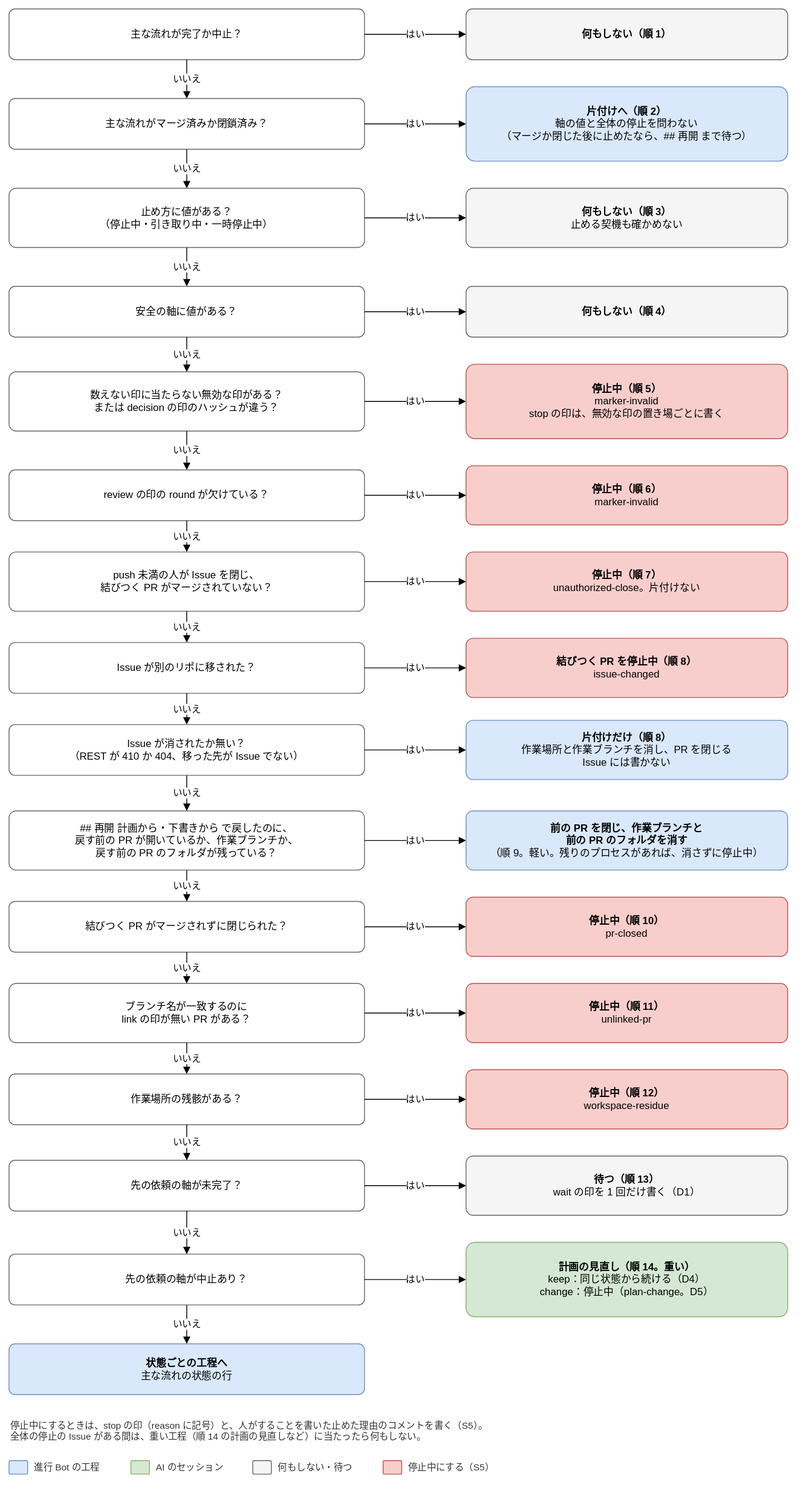
Joymerrevent/dev-autopilot keeps this draw.io diagram as docs/design/basic/diagrams/02-next-step-stops.drawio.svg. Above is the earlier version. Source tidied: cells renumbered, new cells last; positions are measured from the earlier drawing's top-left corner, leaving out a move shared by most shapes.
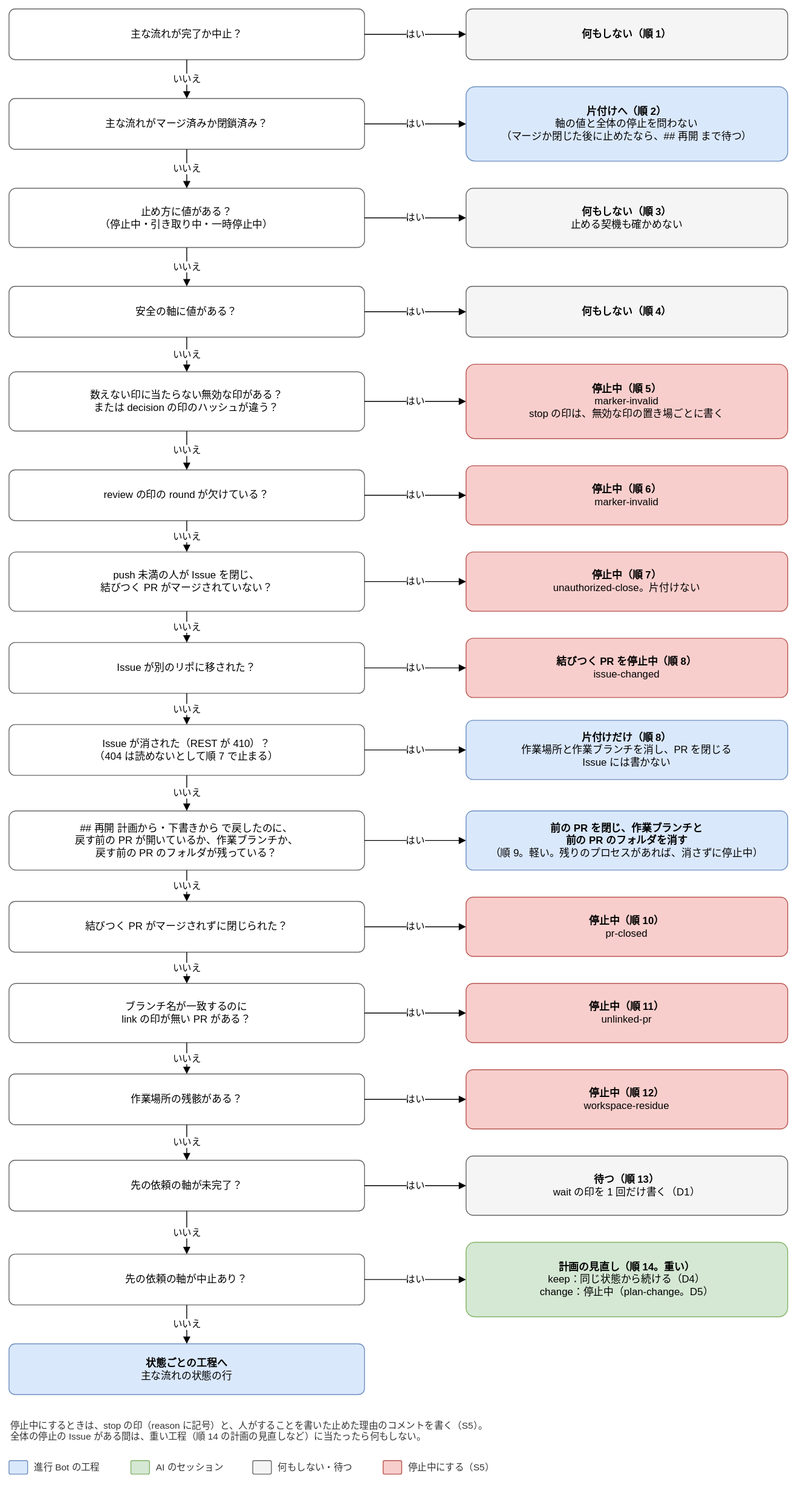
After the commit.

Commit message:
docs(design): 基本設計の図で、片付けの問いを「消された（410）？」に直す

6 回目の直しへの追加（R2-21 の扱いを止める側に倒す）。

- 02-next-step-stops の q7b を「Issue が消された（REST が 410）？（404 は読めないとして順 7 で
  止まる）」にする
- 02-workspace-residue の q1b を「名前の番号の Issue が、消された（REST が 410）？（FACT-134。
  404 は読めないとして扱う）」にする

Claude-Session: https://claude.ai/code/session_01LvmXQN14Y95msvojZ6hWNP

The edit, as a diff of the source:
```diff
@@ -200,7 +200,7 @@
     <mxCell id="67" value="停止中にする（S5）" style="text;html=1;align=left;verticalAlign=middle;fontSize=11;fontColor=#333333;" parent="1" vertex="1">
       <mxGeometry x="470" y="1714" width="120" height="20" as="geometry" />
     </mxCell>
-    <mxCell id="68" value="Issue が消されたか無い？&lt;br&gt;（REST が 410 か 404、移った先が Issue でない）" style="rounded=1;whiteSpace=wrap;html=1;fontSize=12;arcSize=12;spacing=12;fillColor=#ffffff;strokeColor=#666666;" parent="1" vertex="1">
+    <mxCell id="68" value="Issue が消された（REST が 410）？&lt;br&gt;（404 は読めないとして順 7 で止まる）" style="rounded=1;whiteSpace=wrap;html=1;fontSize=12;arcSize=12;spacing=12;fillColor=#ffffff;strokeColor=#666666;" parent="1" vertex="1">
       <mxGeometry y="846" width="420" height="60" as="geometry" />
     </mxCell>
     <mxCell id="69" value="&lt;b&gt;片付けだけ（順 8）&lt;/b&gt;&lt;br&gt;作業場所と作業ブランチを消し、PR を閉じる&lt;br&gt;Issue には書かない" style="rounded=1;whiteSpace=wrap;html=1;fontSize=12;arcSize=12;spacing=12;fillColor=#dae8fc;strokeColor=#6c8ebf;" parent="1" vertex="1">
```
